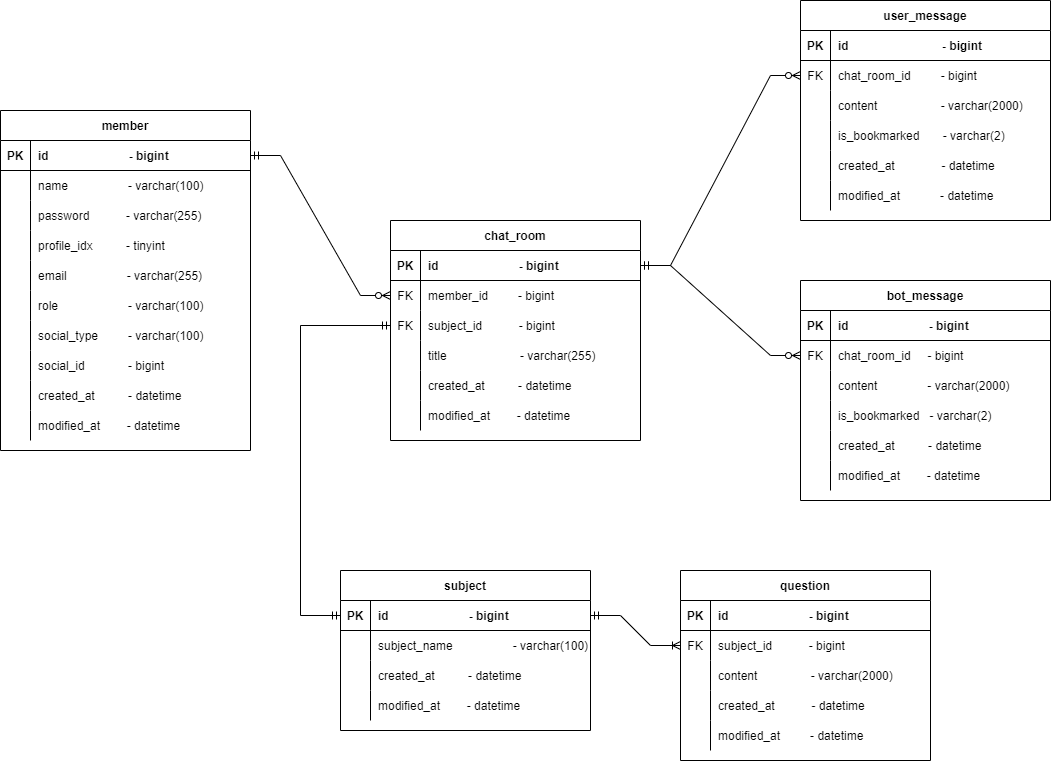
Above: document/learnable-erd.png in Learnable-capstone/Learnable-BE (draw.io), before the change. Source tidied: cells renumbered, new cells last; positions are measured from the earlier drawing's top-left corner, leaving out a move shared by most shapes.
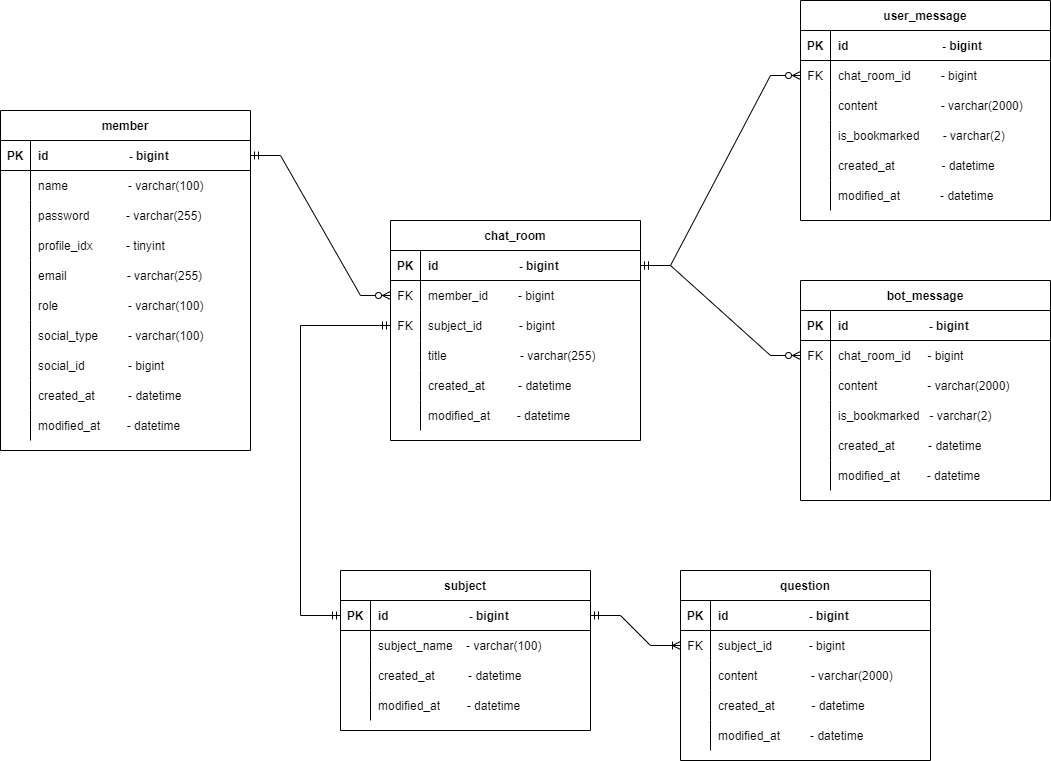
After the commit.

Commit message:
docs: [#4] subject 테이블 간격 수정

Change to the diagram source:
```diff
@@ -218,7 +218,7 @@
     <mxCell id="73" style="shape=partialRectangle;overflow=hidden;fillColor=none;top=0;left=0;bottom=0;right=0;labelBackgroundColor=none;" parent="72" vertex="1">
       <mxGeometry width="30" height="30" as="geometry" />
     </mxCell>
-    <mxCell id="74" value="subject_name                  - varchar(100)" style="shape=partialRectangle;overflow=hidden;fillColor=none;top=0;left=0;bottom=0;right=0;align=left;spacingLeft=6;labelBackgroundColor=none;" parent="72" vertex="1">
+    <mxCell id="74" value="subject_name    - varchar(100)" style="shape=partialRectangle;overflow=hidden;fillColor=none;top=0;left=0;bottom=0;right=0;align=left;spacingLeft=6;labelBackgroundColor=none;" parent="72" vertex="1">
       <mxGeometry x="30" width="220" height="30" as="geometry" />
     </mxCell>
     <mxCell id="75" style="shape=partialRectangle;fillColor=none;top=0;left=0;right=0;bottom=0;labelBackgroundColor=none;" parent="68" vertex="1">
```
